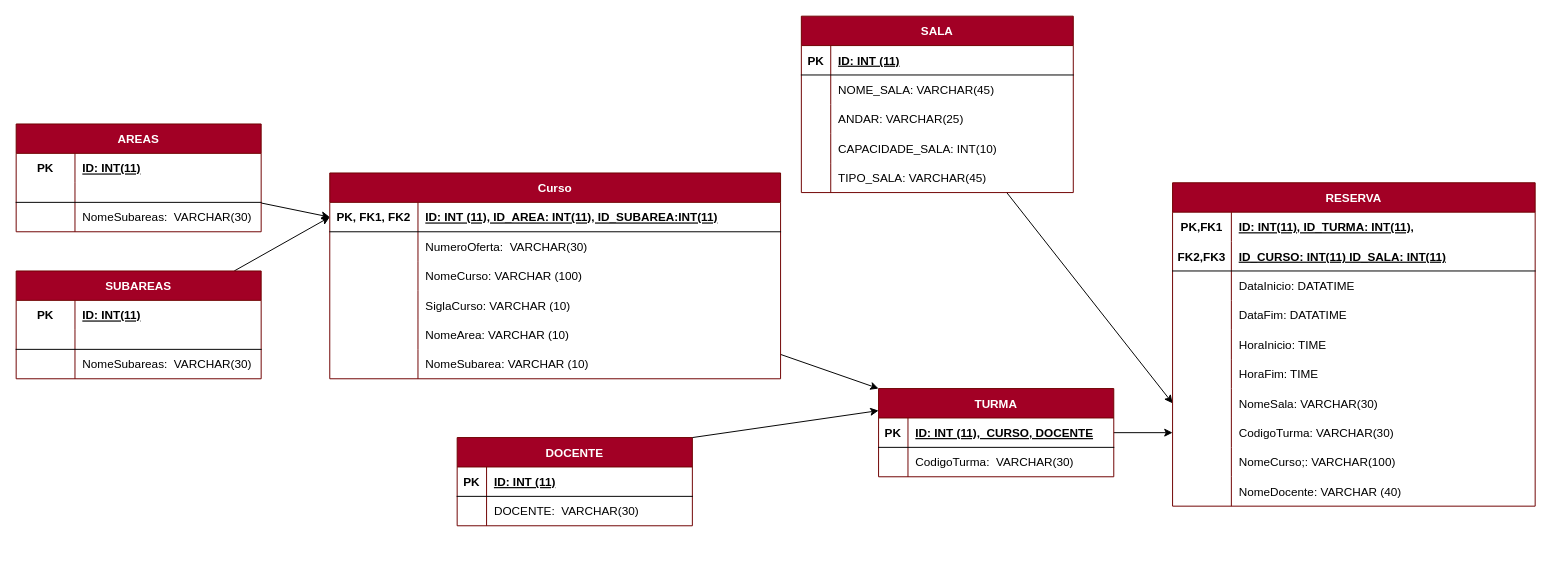
Above: Database/Diagrama.drawio in LuisgrbDev/Projeto_Hackaton (draw.io), before the change. Source tidied: cells renumbered, new cells numbered last; positions are measured from the earlier drawing's top-left corner, leaving out a move shared by most shapes. Both pictures are drawn from the tidied source at 98%, with x=0, y=0 at pixel (16, 16).
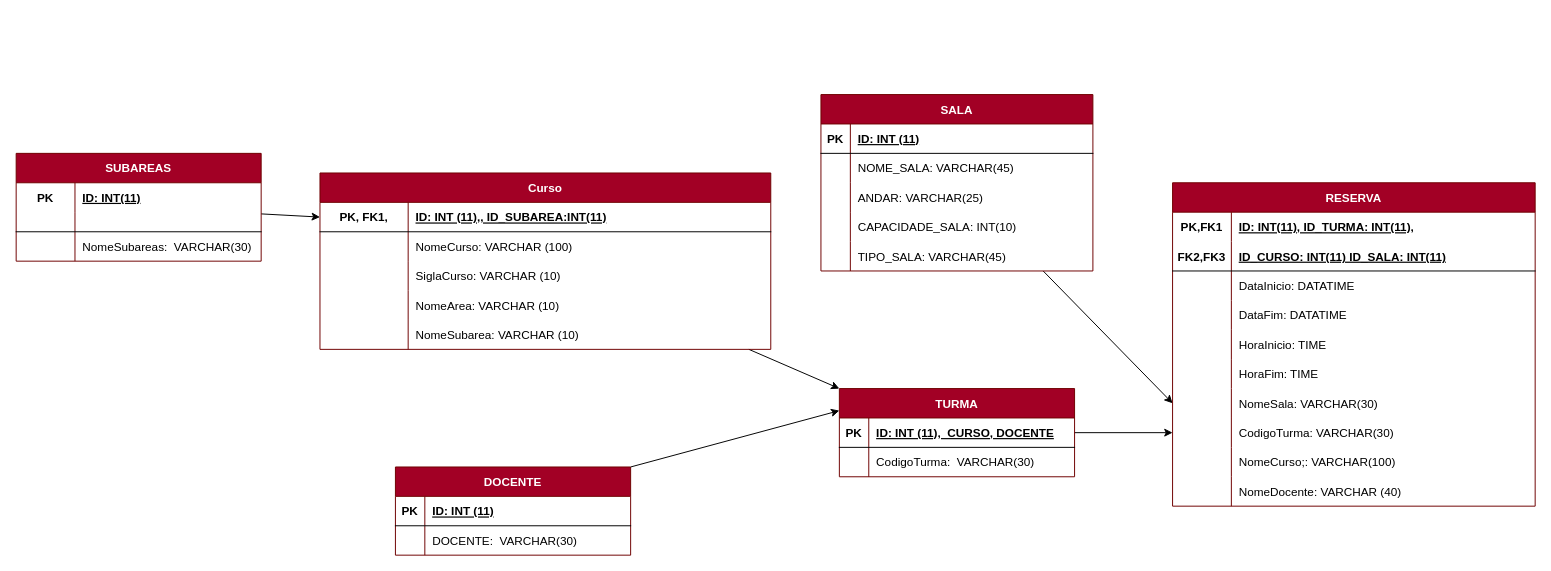
Above is the later version.

The change refers to these unchanged cells:
```xml
<mxCell id="4" style="shape=tableRow;horizontal=0;startSize=0;swimlaneHead=0;swimlaneBody=0;fillColor=none;points=[[0,0.5],[1,0.5]];portConstraint=eastwest;top=0;left=0;right=0;bottom=1;" parent="3" vertex="1">
  <mxGeometry y="30" width="460" height="30" as="geometry" />
</mxCell>
```

Diff of the diagram source:
```diff
@@
     <mxCell id="3" value="Curso" style="shape=table;startSize=30;childLayout=tableLayout;rowLines=0;fontStyle=1;align=center;fillColor=#a20025;fontColor=#ffffff;strokeColor=#6F0000;" parent="1" vertex="1">
-      <mxGeometry x="320" y="160" width="460" height="210" as="geometry" />
+      <mxGeometry x="310" y="160" width="460" height="180" as="geometry" />
     </mxCell>
@@
-    <mxCell id="5" value="PK, FK1, FK2" style="shape=partialRectangle;fillColor=none;top=0;left=0;bottom=0;right=0;fontStyle=1;overflow=hidden;" parent="4" vertex="1">
+    <mxCell id="5" value="PK, FK1," style="shape=partialRectangle;fillColor=none;top=0;left=0;bottom=0;right=0;fontStyle=1;overflow=hidden;" parent="4" vertex="1">
       <mxGeometry width="90" height="30" as="geometry" />
     </mxCell>
-    <mxCell id="6" value="ID: INT (11), ID_AREA: INT(11), ID_SUBAREA:INT(11)" style="shape=partialRectangle;fillColor=none;top=0;left=0;bottom=0;right=0;align=left;spacingLeft=6;fontStyle=5;overflow=hidden;" parent="4" vertex="1">
+    <mxCell id="6" value="ID: INT (11),, ID_SUBAREA:INT(11)" style="shape=partialRectangle;fillColor=none;top=0;left=0;bottom=0;right=0;align=left;spacingLeft=6;fontStyle=5;overflow=hidden;" parent="4" vertex="1">
       <mxGeometry x="90" width="370" height="30" as="geometry" />
     </mxCell>
-    <mxCell id="7" style="shape=tableRow;horizontal=0;startSize=0;swimlaneHead=0;swimlaneBody=0;fillColor=none;top=0;left=0;right=0;bottom=0;" parent="3" vertex="1">
-      <mxGeometry y="60" width="460" height="30" as="geometry" />
-    </mxCell>
-    <mxCell id="8" style="shape=partialRectangle;fillColor=none;top=0;left=0;bottom=0;right=0;overflow=hidden;" parent="7" vertex="1">
-      <mxGeometry width="90" height="30" as="geometry" />
-    </mxCell>
-    <mxCell id="9" value="NumeroOferta:  VARCHAR(30)" style="shape=partialRectangle;fillColor=none;top=0;left=0;bottom=0;right=0;align=left;spacingLeft=6;overflow=hidden;" parent="7" vertex="1">
-      <mxGeometry x="90" width="370" height="30" as="geometry" />
-    </mxCell>
     <mxCell id="10" style="shape=tableRow;horizontal=0;startSize=0;swimlaneHead=0;swimlaneBody=0;fillColor=none;top=0;left=0;right=0;bottom=0;" parent="3" vertex="1">
-      <mxGeometry y="90" width="460" height="30" as="geometry" />
+      <mxGeometry y="60" width="460" height="30" as="geometry" />
     </mxCell>
@@
     <mxCell id="13" style="shape=tableRow;horizontal=0;startSize=0;swimlaneHead=0;swimlaneBody=0;fillColor=none;top=0;left=0;right=0;bottom=0;" parent="3" vertex="1">
-      <mxGeometry y="120" width="460" height="30" as="geometry" />
+      <mxGeometry y="90" width="460" height="30" as="geometry" />
     </mxCell>
@@
     <mxCell id="16" style="shape=tableRow;horizontal=0;startSize=0;swimlaneHead=0;swimlaneBody=0;fillColor=none;top=0;left=0;right=0;bottom=0;" parent="3" vertex="1">
-      <mxGeometry y="150" width="460" height="30" as="geometry" />
+      <mxGeometry y="120" width="460" height="30" as="geometry" />
     </mxCell>
@@
     <mxCell id="19" style="shape=tableRow;horizontal=0;startSize=0;swimlaneHead=0;swimlaneBody=0;fillColor=none;top=0;left=0;right=0;bottom=0;" parent="3" vertex="1">
-      <mxGeometry y="180" width="460" height="30" as="geometry" />
+      <mxGeometry y="150" width="460" height="30" as="geometry" />
     </mxCell>
@@
-    <mxCell id="22" style="edgeStyle=none;html=1;entryX=0;entryY=0.5;entryDx=0;entryDy=0;" parent="1" edge="1" source="23" target="4">
-      <mxGeometry relative="1" as="geometry" />
-    </mxCell>
-    <mxCell id="23" value="AREAS" style="shape=table;startSize=30;childLayout=tableLayout;rowLines=0;fontStyle=1;align=center;fillColor=#a20025;fontColor=#ffffff;strokeColor=#6F0000;" parent="1" vertex="1">
-      <mxGeometry y="110" width="250" height="110" as="geometry" />
-    </mxCell>
-    <mxCell id="24" style="shape=tableRow;horizontal=0;startSize=0;swimlaneHead=0;swimlaneBody=0;fillColor=none;top=0;left=0;right=0;bottom=0;" parent="23" vertex="1">
-      <mxGeometry y="30" width="250" height="30" as="geometry" />
-    </mxCell>
-    <mxCell id="25" value="PK" style="shape=partialRectangle;fillColor=none;top=0;left=0;bottom=0;right=0;fontStyle=1;overflow=hidden;" parent="24" vertex="1">
-      <mxGeometry width="60" height="30" as="geometry" />
-    </mxCell>
-    <mxCell id="26" value="ID: INT(11)" style="shape=partialRectangle;fillColor=none;top=0;left=0;bottom=0;right=0;align=left;spacingLeft=6;fontStyle=5;overflow=hidden;" parent="24" vertex="1">
-      <mxGeometry x="60" width="190" height="30" as="geometry" />
-    </mxCell>
-    <mxCell id="27" style="shape=tableRow;horizontal=0;startSize=0;swimlaneHead=0;swimlaneBody=0;fillColor=none;top=0;left=0;right=0;bottom=1;" parent="23" vertex="1">
-      <mxGeometry y="60" width="250" height="20" as="geometry" />
-    </mxCell>
-    <mxCell id="28" style="shape=partialRectangle;fillColor=none;top=0;left=0;bottom=0;right=0;fontStyle=1;overflow=hidden;" parent="27" vertex="1">
-      <mxGeometry width="60" height="20" as="geometry" />
-    </mxCell>
-    <mxCell id="29" style="shape=partialRectangle;fillColor=none;top=0;left=0;bottom=0;right=0;align=left;spacingLeft=6;fontStyle=5;overflow=hidden;" parent="27" vertex="1">
-      <mxGeometry x="60" width="190" height="20" as="geometry" />
-    </mxCell>
-    <mxCell id="30" style="shape=tableRow;horizontal=0;startSize=0;swimlaneHead=0;swimlaneBody=0;fillColor=none;top=0;left=0;right=0;bottom=0;" parent="23" vertex="1">
-      <mxGeometry y="80" width="250" height="30" as="geometry" />
-    </mxCell>
-    <mxCell id="31" style="shape=partialRectangle;fillColor=none;top=0;left=0;bottom=0;right=0;overflow=hidden;" parent="30" vertex="1">
-      <mxGeometry width="60" height="30" as="geometry" />
-    </mxCell>
-    <mxCell id="32" value="NomeSubareas:  VARCHAR(30)" style="shape=partialRectangle;fillColor=none;top=0;left=0;bottom=0;right=0;align=left;spacingLeft=6;overflow=hidden;" parent="30" vertex="1">
-      <mxGeometry x="60" width="190" height="30" as="geometry" />
-    </mxCell>
@@
     <mxCell id="34" value="SALA" style="shape=table;startSize=30;childLayout=tableLayout;rowLines=0;fontStyle=1;align=center;fillColor=#a20025;fontColor=#ffffff;strokeColor=#6F0000;" parent="1" vertex="1">
-      <mxGeometry x="801.2" width="277.5" height="180" as="geometry" />
+      <mxGeometry x="821.2" y="80" width="277.5" height="180" as="geometry" />
     </mxCell>
@@
     <mxCell id="81" value="DOCENTE" style="shape=table;startSize=30;childLayout=tableLayout;rowLines=0;fontStyle=1;align=center;fillColor=#a20025;fontColor=#ffffff;strokeColor=#6F0000;" parent="1" vertex="1">
-      <mxGeometry x="450" y="430" width="240" height="90" as="geometry" />
+      <mxGeometry x="387" y="460" width="240" height="90" as="geometry" />
     </mxCell>
@@
     <mxCell id="89" value="TURMA" style="shape=table;startSize=30;childLayout=tableLayout;rowLines=0;fontStyle=1;align=center;fillColor=#a20025;fontColor=#ffffff;strokeColor=#6F0000;" parent="1" vertex="1">
-      <mxGeometry x="880" y="380" width="240" height="90" as="geometry" />
+      <mxGeometry x="840" y="380" width="240" height="90" as="geometry" />
     </mxCell>
@@
     <mxCell id="97" value="SUBAREAS" style="shape=table;startSize=30;childLayout=tableLayout;rowLines=0;fontStyle=1;align=center;fillColor=#a20025;fontColor=#ffffff;strokeColor=#6F0000;" parent="1" vertex="1">
-      <mxGeometry y="260" width="250" height="110" as="geometry" />
+      <mxGeometry y="140" width="250" height="110" as="geometry" />
     </mxCell>
```
